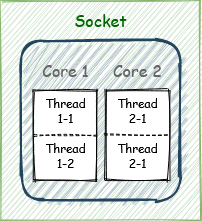
Before: CPUrelation.png, a diagram exported from draw.io (headisnotsmall/draw.io). Source tidied: cells renumbered, new cells last; positions are measured from the earlier drawing's top-left corner, leaving out a move shared by most shapes. The source it was exported from:
```xml
<mxGraphModel>
  <root>
    <mxCell id="0" />
    <mxCell id="1" parent="0" />
    <mxCell id="2" style="rounded=0;whiteSpace=wrap;html=1;shadow=0;glass=0;sketch=1;fillColor=#d5e8d4;strokeColor=#82b366;" parent="1" vertex="1">
      <mxGeometry width="200" height="220" as="geometry" />
    </mxCell>
    <mxCell id="3" value="&lt;font style=&quot;font-size: 16px&quot; color=&quot;#006600&quot;&gt;Socket&lt;/font&gt;" style="text;html=1;align=center;verticalAlign=middle;fontFamily=Comic Sans MS;" parent="1" vertex="1">
      <mxGeometry x="65" y="10" width="70" height="20" as="geometry" />
    </mxCell>
    <mxCell id="4" style="rounded=1;whiteSpace=wrap;html=1;shadow=0;glass=0;sketch=1;fillColor=#bac8d3;strokeWidth=2;perimeterSpacing=0;fillStyle=zigzag;strokeColor=#23445d;" parent="1" vertex="1">
      <mxGeometry x="20" y="40" width="160" height="160" as="geometry" />
    </mxCell>
    <mxCell id="5" value="Core 1" style="text;html=1;align=center;verticalAlign=middle;fontFamily=Comic Sans MS;fontSize=16;fontColor=#666666;" parent="1" vertex="1">
      <mxGeometry x="34.8" y="60" width="60" height="20" as="geometry" />
    </mxCell>
    <mxCell id="6" style="rounded=0;whiteSpace=wrap;html=1;shadow=0;glass=0;sketch=1;" parent="1" vertex="1">
      <mxGeometry x="33" y="90" width="63.6" height="90" as="geometry" />
    </mxCell>
    <mxCell id="7" style="rounded=0;whiteSpace=wrap;html=1;shadow=0;glass=0;sketch=1;" parent="1" vertex="1">
      <mxGeometry x="105" y="90" width="63.6" height="90" as="geometry" />
    </mxCell>
    <mxCell id="8" style="endArrow=none;dashed=1;html=1;fontFamily=Comic Sans MS;fontSize=16;fontColor=#666666;entryX=1;entryY=0.5;entryDx=0;entryDy=0;exitX=0;exitY=0.5;exitDx=0;exitDy=0;sketch=1;" parent="1" edge="1" source="7" target="7">
      <mxGeometry relative="1" as="geometry" />
    </mxCell>
    <mxCell id="9" style="endArrow=none;dashed=1;html=1;fontFamily=Comic Sans MS;fontSize=16;fontColor=#666666;entryX=1;entryY=0.5;entryDx=0;entryDy=0;exitX=0;exitY=0.5;exitDx=0;exitDy=0;sketch=1;" parent="1" edge="1">
      <mxGeometry relative="1" as="geometry">
        <mxPoint x="33" y="134.8" as="sourcePoint" />
        <mxPoint x="96.6" y="134.8" as="targetPoint" />
      </mxGeometry>
    </mxCell>
    <mxCell id="10" value="&lt;div style=&quot;font-size: 12px;&quot;&gt;Thread&lt;/div&gt;&lt;div style=&quot;font-size: 12px;&quot;&gt;1-1&lt;br style=&quot;font-size: 12px;&quot;&gt;&lt;/div&gt;" style="text;html=1;align=center;verticalAlign=middle;fontFamily=Comic Sans MS;fontSize=12;" parent="1" vertex="1">
      <mxGeometry x="34.8" y="95" width="60" height="30" as="geometry" />
    </mxCell>
    <mxCell id="11" value="Core 2" style="text;html=1;align=center;verticalAlign=middle;fontFamily=Comic Sans MS;fontSize=16;fontColor=#666666;" parent="1" vertex="1">
      <mxGeometry x="106.8" y="60" width="60" height="20" as="geometry" />
    </mxCell>
    <mxCell id="12" value="&lt;div style=&quot;font-size: 12px&quot;&gt;Thread&lt;/div&gt;&lt;div style=&quot;font-size: 12px&quot;&gt;2-1&lt;br style=&quot;font-size: 12px&quot;&gt;&lt;/div&gt;" style="text;html=1;align=center;verticalAlign=middle;fontFamily=Comic Sans MS;fontSize=12;" parent="1" vertex="1">
      <mxGeometry x="106.8" y="95" width="60" height="30" as="geometry" />
    </mxCell>
    <mxCell id="13" value="&lt;div style=&quot;font-size: 12px&quot;&gt;Thread&lt;/div&gt;&lt;div style=&quot;font-size: 12px&quot;&gt;2-1&lt;br style=&quot;font-size: 12px&quot;&gt;&lt;/div&gt;" style="text;html=1;align=center;verticalAlign=middle;fontFamily=Comic Sans MS;fontSize=12;" parent="1" vertex="1">
      <mxGeometry x="106.8" y="140" width="60" height="30" as="geometry" />
    </mxCell>
    <mxCell id="14" value="&lt;div style=&quot;font-size: 12px&quot;&gt;Thread&lt;/div&gt;&lt;div style=&quot;font-size: 12px&quot;&gt;1-2&lt;br style=&quot;font-size: 12px&quot;&gt;&lt;/div&gt;" style="text;html=1;align=center;verticalAlign=middle;fontFamily=Comic Sans MS;fontSize=12;" parent="1" vertex="1">
      <mxGeometry x="34.8" y="140" width="60" height="30" as="geometry" />
    </mxCell>
  </root>
</mxGraphModel>
```
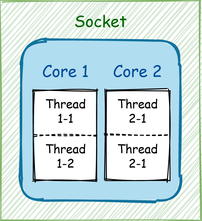
After the change.

Change to the diagram source:
```diff
@@ -8,10 +8,10 @@
     <mxCell id="3" value="&lt;font style=&quot;font-size: 16px&quot; color=&quot;#006600&quot;&gt;Socket&lt;/font&gt;" style="text;html=1;align=center;verticalAlign=middle;fontFamily=Comic Sans MS;" parent="1" vertex="1">
       <mxGeometry x="65" y="10" width="70" height="20" as="geometry" />
     </mxCell>
-    <mxCell id="4" style="rounded=1;whiteSpace=wrap;html=1;shadow=0;glass=0;sketch=1;fillColor=#bac8d3;strokeWidth=2;perimeterSpacing=0;fillStyle=zigzag;strokeColor=#23445d;" parent="1" vertex="1">
+    <mxCell id="4" style="rounded=1;whiteSpace=wrap;html=1;shadow=0;glass=0;sketch=1;fillColor=#b1ddf0;strokeWidth=2;perimeterSpacing=0;fillStyle=solid;strokeColor=#10739e;" parent="1" vertex="1">
       <mxGeometry x="20" y="40" width="160" height="160" as="geometry" />
     </mxCell>
-    <mxCell id="5" value="Core 1" style="text;html=1;align=center;verticalAlign=middle;fontFamily=Comic Sans MS;fontSize=16;fontColor=#666666;" parent="1" vertex="1">
+    <mxCell id="5" value="Core 1" style="text;html=1;align=center;verticalAlign=middle;fontFamily=Comic Sans MS;fontSize=16;fontColor=#004C99;" parent="1" vertex="1">
       <mxGeometry x="34.8" y="60" width="60" height="20" as="geometry" />
     </mxCell>
     <mxCell id="6" style="rounded=0;whiteSpace=wrap;html=1;shadow=0;glass=0;sketch=1;" parent="1" vertex="1">
@@ -32,7 +32,7 @@
     <mxCell id="10" value="&lt;div style=&quot;font-size: 12px;&quot;&gt;Thread&lt;/div&gt;&lt;div style=&quot;font-size: 12px;&quot;&gt;1-1&lt;br style=&quot;font-size: 12px;&quot;&gt;&lt;/div&gt;" style="text;html=1;align=center;verticalAlign=middle;fontFamily=Comic Sans MS;fontSize=12;" parent="1" vertex="1">
       <mxGeometry x="34.8" y="95" width="60" height="30" as="geometry" />
     </mxCell>
-    <mxCell id="11" value="Core 2" style="text;html=1;align=center;verticalAlign=middle;fontFamily=Comic Sans MS;fontSize=16;fontColor=#666666;" parent="1" vertex="1">
+    <mxCell id="11" value="Core 2" style="text;html=1;align=center;verticalAlign=middle;fontFamily=Comic Sans MS;fontSize=16;fontColor=#004C99;" parent="1" vertex="1">
       <mxGeometry x="106.8" y="60" width="60" height="20" as="geometry" />
     </mxCell>
     <mxCell id="12" value="&lt;div style=&quot;font-size: 12px&quot;&gt;Thread&lt;/div&gt;&lt;div style=&quot;font-size: 12px&quot;&gt;2-1&lt;br style=&quot;font-size: 12px&quot;&gt;&lt;/div&gt;" style="text;html=1;align=center;verticalAlign=middle;fontFamily=Comic Sans MS;fontSize=12;" parent="1" vertex="1">
```
